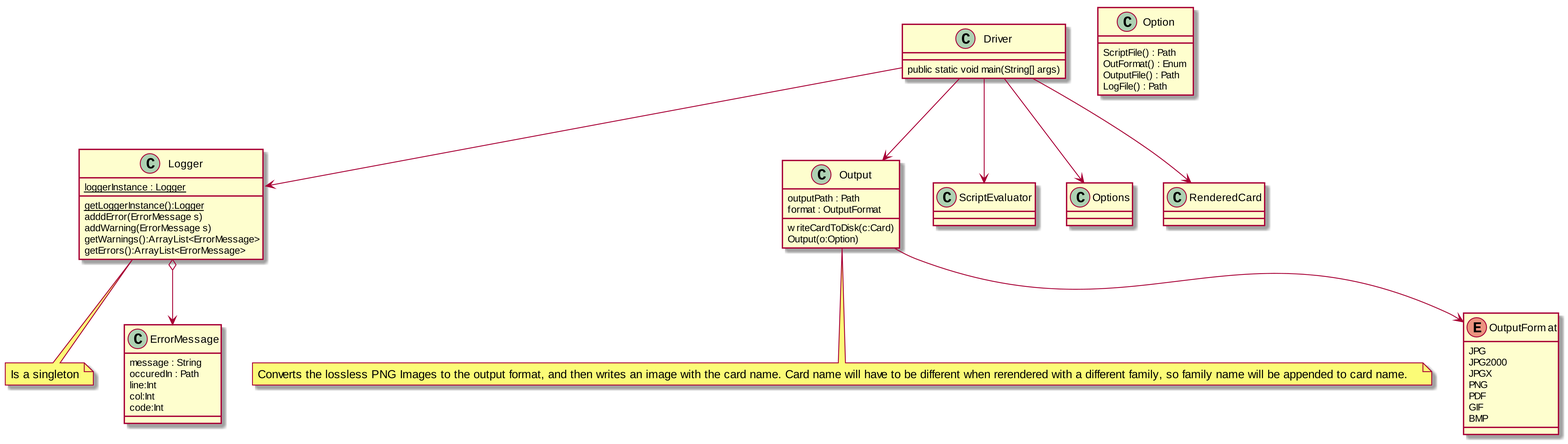
This is Structure_UML/DriverUML.png from MatthewBregg/DesignPatternsRepo, a PlantUML export, as it was before one commit.
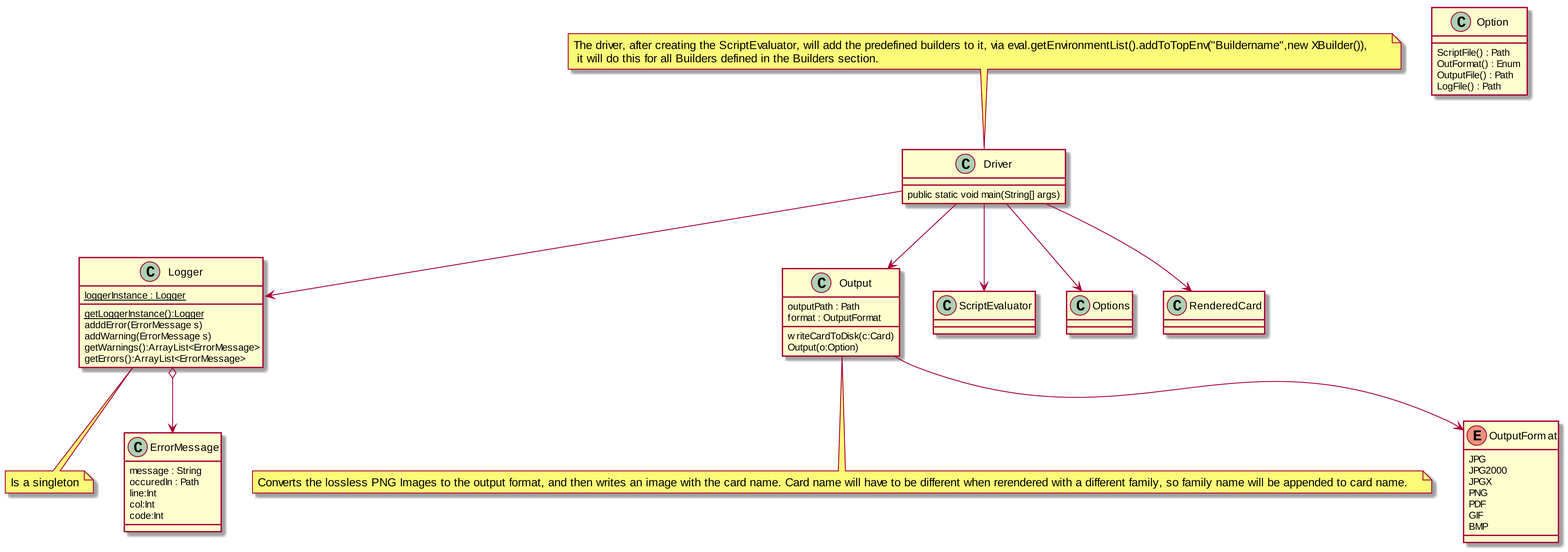
Later version of the same file.

Commit message:
Added how the builders are added to the environment

Diff of the diagram source:
```diff
@@ -48,6 +48,8 @@
 class Driver
 Driver : public static void main(String[] args)
 
+note top : The driver, after creating the ScriptEvaluator, will add the predefined builders to it, via eval.getEnvironmentList().addToTopEnv("Buildername",new XBuilder()), \n it will do this for all Builders defined in the Builders section.
+
 Output --> OutputFormat
 
 Driver --> Output
```
